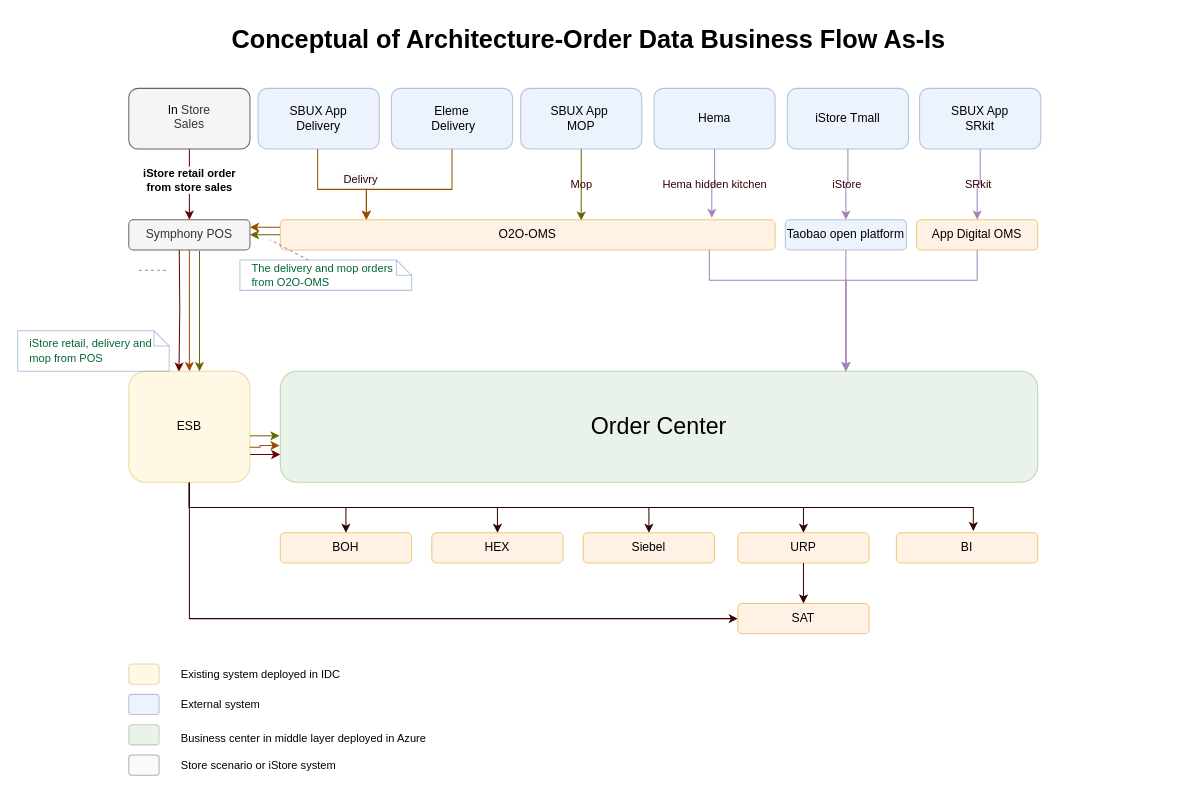
The draw.io diagram page "B - Order Center" (2 of 5) of Mid Layer Platform Order Business Flow Arch.drawio in sotheair/designs, before the edit. Source tidied: cells renumbered, new cells numbered last; positions are measured from the earlier drawing's top-left corner, leaving out a move shared by most shapes. Both pictures are drawn from the tidied source at 101%, with x=0, y=0 at pixel (17, 17).
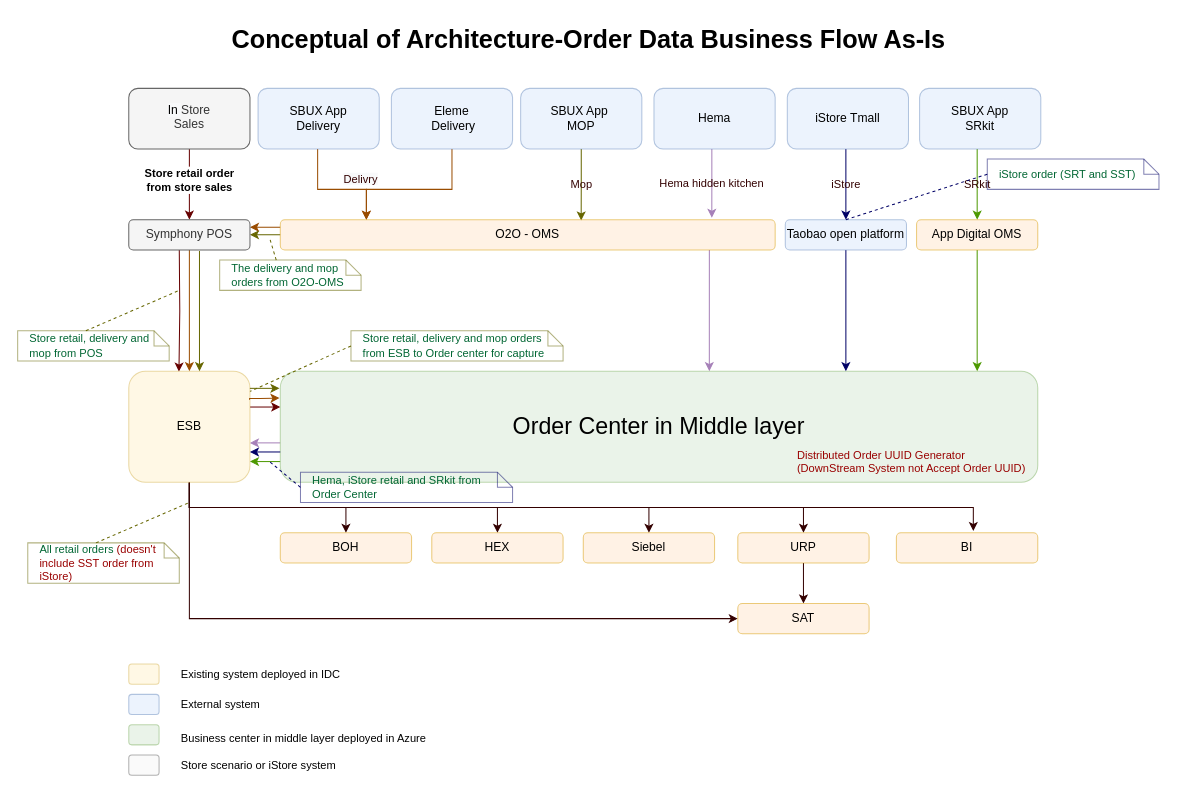
The same page after the edit.

The change refers to these unchanged cells:
```xml
<mxCell id="5" value="&lt;span style=&quot;font: 12px / 1.2 &amp;#34;helvetica&amp;#34; ; color: rgb(0 , 0 , 0) ; text-transform: none ; text-indent: 0px ; letter-spacing: normal ; text-decoration: none ; word-spacing: 0px ; display: inline ; white-space: normal ; float: none ; overflow-wrap: normal ; background-color: rgb(248 , 249 , 250)&quot;&gt;In &lt;/span&gt;Store&lt;br&gt;Sales&lt;br&gt;&amp;nbsp;" style="rounded=1;whiteSpace=wrap;html=1;fillColor=#f5f5f5;align=center;verticalAlign=bottom;strokeColor=#666666;fontColor=#333333;" parent="1" vertex="1">
  <mxGeometry x="110" y="70" width="120" height="60" as="geometry" />
</mxCell>
<mxCell id="11" value="Hema" style="rounded=1;whiteSpace=wrap;html=1;fillColor=#dae8fc;strokeColor=#6C8EBF;opacity=50;" parent="1" vertex="1">
  <mxGeometry x="630" y="70" width="120" height="60" as="geometry" />
</mxCell>
<mxCell id="13" value="iStore Tmall" style="rounded=1;whiteSpace=wrap;html=1;fillColor=#dae8fc;strokeColor=#6c8ebf;opacity=50;" parent="1" vertex="1">
  <mxGeometry x="762" y="70" width="120" height="60" as="geometry" />
</mxCell>
<mxCell id="15" value="SBUX App&lt;br&gt;SRkit" style="rounded=1;whiteSpace=wrap;html=1;fillColor=#dae8fc;strokeColor=#6C8EBF;opacity=50;" parent="1" vertex="1">
  <mxGeometry x="893" y="70" width="120" height="60" as="geometry" />
</mxCell>
<mxCell id="23" value="Symphony POS" style="rounded=1;whiteSpace=wrap;html=1;fillColor=#f5f5f5;strokeColor=#666666;fontColor=#333333;" parent="1" vertex="1">
  <mxGeometry x="110" y="200" width="120" height="30" as="geometry" />
</mxCell>
<mxCell id="31" value="ESB" style="rounded=1;whiteSpace=wrap;html=1;fillColor=#fff2cc;strokeColor=#d6b656;opacity=50;" parent="1" vertex="1">
  <mxGeometry x="110" y="350" width="120" height="110" as="geometry" />
</mxCell>
<mxCell id="35" value="App Digital OMS" style="rounded=1;whiteSpace=wrap;html=1;fillColor=#ffe6cc;strokeColor=#d79b00;opacity=50;" parent="1" vertex="1">
  <mxGeometry x="890" y="200" width="120" height="30" as="geometry" />
</mxCell>
<mxCell id="37" value="Taobao open platform" style="rounded=1;whiteSpace=wrap;html=1;fillColor=#dae8fc;strokeColor=#6C8EBF;opacity=50;" parent="1" vertex="1">
  <mxGeometry x="760" y="200" width="120" height="30" as="geometry" />
</mxCell>
```

Change to the diagram source:
```diff
@@
-    <mxCell id="4" value="iStore retail order&lt;br&gt;from store sales" style="edgeStyle=orthogonalEdgeStyle;rounded=0;jettySize=auto;html=1;exitX=0.5;exitY=1;exitDx=0;exitDy=0;fontStyle=1;strokeColor=#660000;" parent="1" edge="1" source="5" target="23">
+    <mxCell id="4" value="Store retail order&lt;br&gt;from store sales" style="edgeStyle=orthogonalEdgeStyle;rounded=0;jettySize=auto;html=1;exitX=0.5;exitY=1;exitDx=0;exitDy=0;fontStyle=1;strokeColor=#660000;" parent="1" edge="1" source="5" target="23">
       <mxGeometry x="-0.14" relative="1" as="geometry">
         <mxPoint y="1" as="offset" />
       </mxGeometry>
     </mxCell>
@@
     <mxCell id="10" value="Hema hidden kitchen" style="edgeStyle=orthogonalEdgeStyle;rounded=0;jettySize=auto;html=1;labelBackgroundColor=none;strokeColor=#A680B8;fontColor=#330000;entryX=0.872;entryY=-0.063;entryDx=0;entryDy=0;entryPerimeter=0;" parent="1" edge="1" source="11" target="20">
-      <mxGeometry relative="1" as="geometry" />
+      <mxGeometry relative="1" as="geometry">
+        <Array as="points">
+          <mxPoint x="687" y="165" />
+        </Array>
+      </mxGeometry>
     </mxCell>
@@
-    <mxCell id="12" value="iStore" style="edgeStyle=orthogonalEdgeStyle;rounded=0;jettySize=auto;html=1;labelBackgroundColor=none;strokeColor=#A680B8;fontColor=#330000;" parent="1" edge="1" source="13" target="37">
-      <mxGeometry relative="1" as="geometry" />
+    <mxCell id="12" value="iStore" style="edgeStyle=orthogonalEdgeStyle;rounded=0;jettySize=auto;html=1;labelBackgroundColor=none;strokeColor=#000066;fontColor=#330000;" parent="1" edge="1" source="13" target="37">
+      <mxGeometry relative="1" as="geometry">
+        <Array as="points">
+          <mxPoint x="820" y="150" />
+          <mxPoint x="820" y="150" />
+        </Array>
+      </mxGeometry>
     </mxCell>
@@
-    <mxCell id="14" value="SRkit" style="edgeStyle=orthogonalEdgeStyle;rounded=0;jettySize=auto;html=1;labelBackgroundColor=none;strokeColor=#A680B8;fontColor=#330000;" parent="1" edge="1" source="15" target="35">
-      <mxGeometry relative="1" as="geometry" />
+    <mxCell id="14" value="SRkit" style="edgeStyle=orthogonalEdgeStyle;rounded=0;jettySize=auto;html=1;labelBackgroundColor=none;strokeColor=#4D9900;fontColor=#330000;" parent="1" edge="1" source="15" target="35">
+      <mxGeometry relative="1" as="geometry">
+        <Array as="points">
+          <mxPoint x="950" y="150" />
+          <mxPoint x="950" y="150" />
+        </Array>
+      </mxGeometry>
     </mxCell>
@@
     <mxCell id="19" style="edgeStyle=orthogonalEdgeStyle;rounded=0;jettySize=auto;html=1;labelBackgroundColor=#990000;strokeColor=#A680B8;fontColor=#990000;exitX=0.867;exitY=1;exitDx=0;exitDy=0;exitPerimeter=0;" parent="1" edge="1" source="20" target="32">
       <mxGeometry relative="1" as="geometry">
         <Array as="points">
-          <mxPoint x="685" y="260" />
-          <mxPoint x="820" y="260" />
+          <mxPoint x="685" y="310" />
+          <mxPoint x="685" y="310" />
         </Array>
       </mxGeometry>
     </mxCell>
-    <mxCell id="20" value="O2O-OMS" style="rounded=1;whiteSpace=wrap;html=1;fillColor=#ffe6cc;strokeColor=#d79b00;opacity=50;" parent="1" vertex="1">
+    <mxCell id="20" value="O2O - OMS" style="rounded=1;whiteSpace=wrap;html=1;fillColor=#ffe6cc;strokeColor=#d79b00;opacity=50;" parent="1" vertex="1">
       <mxGeometry x="260" y="200" width="490" height="30" as="geometry" />
     </mxCell>
@@
-    <mxCell id="24" style="edgeStyle=orthogonalEdgeStyle;rounded=0;jettySize=auto;html=1;exitX=1;exitY=0.75;exitDx=0;exitDy=0;entryX=0;entryY=0.75;entryDx=0;entryDy=0;labelBackgroundColor=#990000;strokeColor=#660000;fontColor=#990000;" parent="1" edge="1" source="31" target="32">
-      <mxGeometry relative="1" as="geometry" />
+    <mxCell id="24" style="edgeStyle=orthogonalEdgeStyle;rounded=0;orthogonalLoop=1;jettySize=auto;html=1;exitX=1;exitY=0.75;exitDx=0;exitDy=0;entryX=0;entryY=0.75;entryDx=0;entryDy=0;labelBackgroundColor=#990000;strokeColor=#660000;fontColor=#990000;" parent="1" edge="1">
+      <mxGeometry relative="1" as="geometry">
+        <mxPoint x="230" y="385.5" as="sourcePoint" />
+        <mxPoint x="260" y="385.5" as="targetPoint" />
+      </mxGeometry>
     </mxCell>
@@
+    <mxCell id="60" style="edgeStyle=orthogonalEdgeStyle;rounded=0;orthogonalLoop=1;jettySize=auto;html=1;labelBackgroundColor=none;strokeColor=#A680B8;fontSize=11;fontColor=none;" parent="1" edge="1">
+      <mxGeometry relative="1" as="geometry">
+        <mxPoint x="260" y="421" as="sourcePoint" />
+        <mxPoint x="230" y="421" as="targetPoint" />
+      </mxGeometry>
+    </mxCell>
+    <mxCell id="61" style="edgeStyle=orthogonalEdgeStyle;rounded=0;orthogonalLoop=1;jettySize=auto;html=1;exitX=0;exitY=0.75;exitDx=0;exitDy=0;entryX=1;entryY=0.75;entryDx=0;entryDy=0;labelBackgroundColor=none;strokeColor=#4D9900;fontSize=11;fontColor=none;" parent="1" edge="1">
+      <mxGeometry relative="1" as="geometry">
+        <mxPoint x="260" y="439.5" as="sourcePoint" />
+        <mxPoint x="230" y="439.5" as="targetPoint" />
+      </mxGeometry>
+    </mxCell>
-    <mxCell id="32" value="&lt;font style=&quot;font-size: 23px&quot;&gt;Order Center&lt;/font&gt;" style="rounded=1;whiteSpace=wrap;html=1;fillColor=#d5e8d4;strokeColor=#82b366;opacity=50;" parent="1" vertex="1">
+    <mxCell id="32" value="&lt;font style=&quot;font-size: 23px&quot;&gt;Order Center in Middle layer&lt;/font&gt;" style="rounded=1;whiteSpace=wrap;html=1;fillColor=#d5e8d4;strokeColor=#82b366;opacity=50;" parent="1" vertex="1">
       <mxGeometry x="260" y="350" width="750" height="110" as="geometry" />
     </mxCell>
@@
-    <mxCell id="34" style="edgeStyle=orthogonalEdgeStyle;rounded=0;jettySize=auto;html=1;labelBackgroundColor=#990000;strokeColor=#A680B8;fontColor=#990000;" parent="1" edge="1" source="35" target="32">
+    <mxCell id="34" style="edgeStyle=orthogonalEdgeStyle;rounded=0;jettySize=auto;html=1;labelBackgroundColor=#990000;strokeColor=#4D9900;fontColor=#990000;" parent="1" edge="1" source="35" target="32">
       <mxGeometry relative="1" as="geometry">
         <Array as="points">
-          <mxPoint x="950" y="260" />
-          <mxPoint x="820" y="260" />
+          <mxPoint x="950" y="320" />
+          <mxPoint x="950" y="320" />
         </Array>
       </mxGeometry>
     </mxCell>
@@
-    <mxCell id="36" style="edgeStyle=orthogonalEdgeStyle;rounded=0;jettySize=auto;html=1;labelBackgroundColor=#990000;strokeColor=#A680B8;fontColor=#990000;" parent="1" edge="1" source="37" target="32">
+    <mxCell id="36" style="edgeStyle=orthogonalEdgeStyle;rounded=0;jettySize=auto;html=1;labelBackgroundColor=#990000;strokeColor=#000066;fontColor=#990000;" parent="1" edge="1" source="37" target="32">
       <mxGeometry relative="1" as="geometry">
         <Array as="points">
           <mxPoint x="820" y="280" />
           <mxPoint x="820" y="280" />
         </Array>
       </mxGeometry>
     </mxCell>
@@
-    <mxCell id="45" style="edgeStyle=orthogonalEdgeStyle;rounded=0;jettySize=auto;html=1;labelBackgroundColor=#990000;strokeColor=#994C00;fontColor=#990000;exitX=0.997;exitY=0.684;exitDx=0;exitDy=0;exitPerimeter=0;entryX=-0.001;entryY=0.669;entryDx=0;entryDy=0;entryPerimeter=0;" parent="1" edge="1" source="31" target="32">
+    <mxCell id="45" style="edgeStyle=orthogonalEdgeStyle;rounded=0;orthogonalLoop=1;jettySize=auto;html=1;labelBackgroundColor=#990000;strokeColor=#994C00;fontColor=#990000;exitX=0.997;exitY=0.684;exitDx=0;exitDy=0;exitPerimeter=0;entryX=-0.001;entryY=0.669;entryDx=0;entryDy=0;entryPerimeter=0;" parent="1" edge="1">
       <mxGeometry relative="1" as="geometry">
+        <mxPoint x="229.6" y="378.2" as="sourcePoint" />
+        <mxPoint x="259.2" y="376.6" as="targetPoint" />
         <Array as="points">
-          <mxPoint x="240" y="425" />
-          <mxPoint x="240" y="424" />
+          <mxPoint x="230" y="377" />
+          <mxPoint x="240" y="377" />
         </Array>
       </mxGeometry>
     </mxCell>
-    <mxCell id="46" style="edgeStyle=orthogonalEdgeStyle;rounded=0;jettySize=auto;html=1;labelBackgroundColor=#990000;strokeColor=#666600;fontColor=#990000;exitX=0.999;exitY=0.582;exitDx=0;exitDy=0;exitPerimeter=0;entryX=-0.001;entryY=0.582;entryDx=0;entryDy=0;entryPerimeter=0;" parent="1" edge="1" source="31" target="32">
-      <mxGeometry relative="1" as="geometry" />
+    <mxCell id="46" style="edgeStyle=orthogonalEdgeStyle;rounded=0;orthogonalLoop=1;jettySize=auto;html=1;labelBackgroundColor=#990000;strokeColor=#666600;fontColor=#990000;exitX=0.999;exitY=0.582;exitDx=0;exitDy=0;exitPerimeter=0;entryX=-0.001;entryY=0.582;entryDx=0;entryDy=0;entryPerimeter=0;" parent="1" edge="1">
+      <mxGeometry relative="1" as="geometry">
+        <mxPoint x="229.9" y="367" as="sourcePoint" />
+        <mxPoint x="259.2" y="367" as="targetPoint" />
+      </mxGeometry>
     </mxCell>
-    <mxCell id="47" value="&lt;font color=&quot;#006633&quot;&gt;The delivery and mop orders&amp;nbsp;&lt;br&gt;from O2O-OMS&lt;/font&gt;" style="shape=note;size=15;align=left;spacingLeft=10;html=1;whiteSpace=wrap;strokeColor=#6C8EBF;fillColor=none;fontSize=11;fontColor=none;opacity=50;" parent="1" vertex="1">
-      <mxGeometry x="220" y="240" width="170" height="30" as="geometry" />
+    <mxCell id="47" value="&lt;font color=&quot;#006633&quot;&gt;The delivery and mop orders from O2O-OMS&lt;/font&gt;" style="shape=note;size=15;align=left;spacingLeft=10;html=1;whiteSpace=wrap;strokeColor=#666600;fillColor=none;fontSize=11;fontColor=none;opacity=50;" parent="1" vertex="1">
+      <mxGeometry x="200" y="240" width="140" height="30" as="geometry" />
     </mxCell>
-    <mxCell id="48" style="edgeStyle=none;endArrow=none;exitX=0.4;exitY=0;dashed=1;html=1;labelBackgroundColor=none;strokeColor=#A680B8;fontSize=25;fontColor=none;" parent="1" edge="1" source="47">
+    <mxCell id="48" style="edgeStyle=none;endArrow=none;exitX=0.4;exitY=0;dashed=1;html=1;labelBackgroundColor=none;strokeColor=#666600;fontSize=25;fontColor=none;" parent="1" edge="1" source="47">
       <mxGeometry x="1" relative="1" as="geometry">
         <mxPoint x="250" y="220" as="targetPoint" />
       </mxGeometry>
     </mxCell>
-    <mxCell id="49" value="&lt;font color=&quot;#006633&quot;&gt;iStore retail, delivery and mop from POS&lt;/font&gt;" style="shape=note;size=15;align=left;spacingLeft=10;html=1;whiteSpace=wrap;strokeColor=#6C8EBF;fillColor=none;fontSize=11;fontColor=none;opacity=50;" parent="1" vertex="1">
-      <mxGeometry y="310" width="150" height="40" as="geometry" />
+    <mxCell id="49" value="&lt;font color=&quot;#006633&quot;&gt;Store retail, delivery and mop from POS&lt;/font&gt;" style="shape=note;size=15;align=left;spacingLeft=10;html=1;whiteSpace=wrap;strokeColor=#666600;fillColor=none;fontSize=11;fontColor=none;opacity=50;" parent="1" vertex="1">
+      <mxGeometry y="310" width="150" height="30" as="geometry" />
     </mxCell>
-    <mxCell id="50" style="edgeStyle=none;endArrow=none;exitX=0.8;exitY=0;dashed=1;html=1;labelBackgroundColor=none;strokeColor=#A680B8;fontSize=12;fontColor=none;" parent="1" edge="1">
-      <mxGeometry x="1" relative="1" as="geometry">
-        <mxPoint x="120" y="250" as="sourcePoint" />
-        <mxPoint x="150" y="250" as="targetPoint" />
-      </mxGeometry>
-    </mxCell>
@@
+    <mxCell id="62" style="edgeStyle=none;endArrow=none;exitX=0;exitY=0;dashed=1;html=1;labelBackgroundColor=none;strokeColor=#666600;fontSize=25;fontColor=none;exitDx=67.5;exitDy=0;exitPerimeter=0;" parent="1" edge="1" source="49">
+      <mxGeometry x="1" relative="1" as="geometry">
+        <mxPoint x="160" y="270" as="targetPoint" />
+      </mxGeometry>
+    </mxCell>
+    <mxCell id="63" value="&lt;font color=&quot;#006633&quot;&gt;All retail orders &lt;/font&gt;&lt;font color=&quot;#990000&quot;&gt;(doesn't include SST order from iStore)&lt;/font&gt;" style="shape=note;size=15;align=left;spacingLeft=10;html=1;whiteSpace=wrap;strokeColor=#666600;fillColor=none;fontSize=11;fontColor=none;opacity=50;" parent="1" vertex="1">
+      <mxGeometry x="10" y="520" width="150" height="40" as="geometry" />
+    </mxCell>
+    <mxCell id="64" style="edgeStyle=none;endArrow=none;exitX=0;exitY=0;dashed=1;html=1;labelBackgroundColor=none;strokeColor=#666600;fontSize=25;fontColor=none;exitDx=67.5;exitDy=0;exitPerimeter=0;" parent="1" edge="1" source="63">
+      <mxGeometry x="1" relative="1" as="geometry">
+        <mxPoint x="170" y="480" as="targetPoint" />
+      </mxGeometry>
+    </mxCell>
+    <mxCell id="65" value="&lt;font color=&quot;#006633&quot;&gt;Store retail, delivery and mop orders from ESB to Order center for capture&lt;/font&gt;" style="shape=note;size=15;align=left;spacingLeft=10;html=1;whiteSpace=wrap;strokeColor=#666600;fillColor=none;fontSize=11;fontColor=none;opacity=50;" parent="1" vertex="1">
+      <mxGeometry x="330" y="310" width="210" height="30" as="geometry" />
+    </mxCell>
+    <mxCell id="66" style="edgeStyle=none;endArrow=none;dashed=1;html=1;labelBackgroundColor=none;strokeColor=#666600;fontSize=25;fontColor=none;exitX=0;exitY=0.5;exitDx=0;exitDy=0;exitPerimeter=0;" parent="1" edge="1" source="65">
+      <mxGeometry x="1" relative="1" as="geometry">
+        <mxPoint x="230" y="370" as="targetPoint" />
+      </mxGeometry>
+    </mxCell>
+    <mxCell id="67" value="&lt;font color=&quot;#006633&quot;&gt;iStore order (SRT and SST)&lt;/font&gt;" style="shape=note;size=15;align=left;spacingLeft=10;html=1;whiteSpace=wrap;strokeColor=#000066;fillColor=none;fontSize=11;fontColor=none;opacity=50;" parent="1" vertex="1">
+      <mxGeometry x="960" y="140" width="170" height="30" as="geometry" />
+    </mxCell>
+    <mxCell id="68" style="edgeStyle=none;endArrow=none;dashed=1;html=1;labelBackgroundColor=none;strokeColor=#000066;fontSize=25;fontColor=none;exitX=0;exitY=0.5;exitDx=0;exitDy=0;exitPerimeter=0;" parent="1" edge="1" source="67">
+      <mxGeometry x="1" relative="1" as="geometry">
+        <mxPoint x="820" y="200" as="targetPoint" />
+      </mxGeometry>
+    </mxCell>
+    <mxCell id="69" value="&lt;font color=&quot;#006633&quot;&gt;Hema, iStore retail and SRkit from Order Center &lt;/font&gt;" style="shape=note;size=15;align=left;spacingLeft=10;html=1;whiteSpace=wrap;strokeColor=#000066;fillColor=none;fontSize=11;fontColor=none;opacity=50;" parent="1" vertex="1">
+      <mxGeometry x="280" y="450" width="210" height="30" as="geometry" />
+    </mxCell>
+    <mxCell id="70" style="edgeStyle=none;endArrow=none;dashed=1;html=1;labelBackgroundColor=none;strokeColor=#000066;fontSize=25;fontColor=none;exitX=0;exitY=0.5;exitDx=0;exitDy=0;exitPerimeter=0;" parent="1" edge="1" source="69">
+      <mxGeometry x="1" relative="1" as="geometry">
+        <mxPoint x="250" y="440" as="targetPoint" />
+      </mxGeometry>
+    </mxCell>
+    <mxCell id="71" value="&lt;font color=&quot;#990000&quot;&gt;Distributed Order UUID Generator&amp;nbsp;&lt;br&gt;(DownStream System not Accept Order UUID)&lt;/font&gt;" style="text;html=1;fontSize=11;fontColor=none;" parent="1" vertex="1">
+      <mxGeometry x="770" y="420" width="210" height="30" as="geometry" />
+    </mxCell>
+    <mxCell id="72" style="edgeStyle=orthogonalEdgeStyle;rounded=0;orthogonalLoop=1;jettySize=auto;html=1;labelBackgroundColor=none;strokeColor=#000066;fontSize=11;fontColor=none;" parent="1" edge="1">
+      <mxGeometry relative="1" as="geometry">
+        <mxPoint x="260" y="430" as="sourcePoint" />
+        <mxPoint x="230" y="430" as="targetPoint" />
+      </mxGeometry>
+    </mxCell>
```
